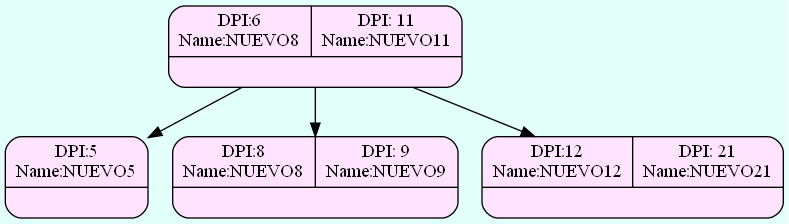
This is FASE 2/Grafico/Admin_Btree_Clients.png from Serch-ING/EDD_UDRAWING_202000119, a Graphviz export, as it was before one commit. Its source is kept beside it as FASE 2/Grafico/Admin_Btree_Clients.dot.
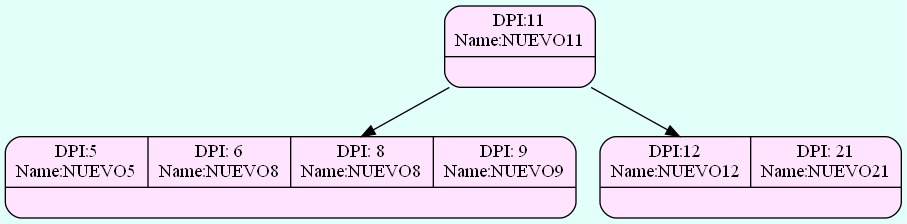
Later version of the same file.

Diff of the diagram source:
```diff
@@ -1,12 +1,10 @@
 digraph structs {
   bgcolor = "#E3FFFA"
  node [shape=Mrecord fillcolor="#FFE3FF" style =filled];
-struct1476160390[label="{{DPI:6\nName:NUEVO8|DPI: 11\nName:NUEVO11}|<here>}"];
-struct596212865[label="{{DPI:5\nName:NUEVO5}|<here>}"];
-struct1108291931[label="{{DPI:8\nName:NUEVO8|DPI: 9\nName:NUEVO9}|<here>}"];
-struct188244280[label="{{DPI:12\nName:NUEVO12|DPI: 21\nName:NUEVO21}|<here>}"];
+struct892251773[label="{{DPI:11\nName:NUEVO11}|<here>}"];
+struct78236345[label="{{DPI:5\nName:NUEVO5|DPI: 6\nName:NUEVO8|DPI: 8\nName:NUEVO8|DPI: 9\nName:NUEVO9}|<here>}"];
+struct1172716772[label="{{DPI:12\nName:NUEVO12|DPI: 21\nName:NUEVO21}|<here>}"];
 
-struct1476160390->struct596212865;
-struct1476160390->struct1108291931;
-struct1476160390->struct188244280;
+struct892251773->struct78236345;
+struct892251773->struct1172716772;
 }
```
